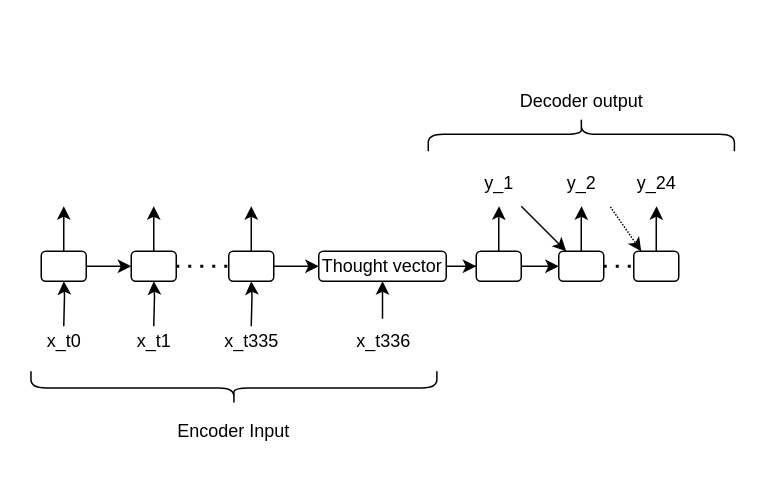
Before: page "Page-1" (1 of 2) of Unbenanntes Diagramm.drawio in LorenzKr/is3-broker-rl, a draw.io diagram. Source tidied: cells renumbered, new cells numbered last; positions are measured from the earlier drawing's top-left corner, leaving out a move shared by most shapes. Both pictures are drawn from the tidied source at 150%, with x=0, y=0 at pixel (26, -20).
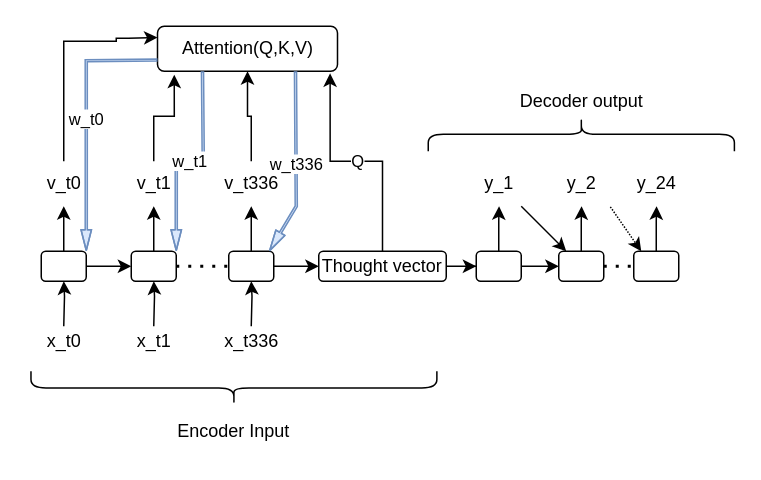
Above is the later version.

Unchanged cells that the change refers to:
```xml
<mxCell id="29" style="rounded=1;whiteSpace=wrap;html=1;" parent="1" vertex="1">
  <mxGeometry x="10" y="180" width="30" height="20" as="geometry" />
</mxCell>
<mxCell id="32" style="rounded=1;whiteSpace=wrap;html=1;" parent="1" vertex="1">
  <mxGeometry x="70" y="180" width="30" height="20" as="geometry" />
</mxCell>
<mxCell id="39" value="Thought vector" style="rounded=1;whiteSpace=wrap;html=1;" parent="1" vertex="1">
  <mxGeometry x="195" y="180" width="85" height="20" as="geometry" />
</mxCell>
```

What changed in the source:
```diff
@@
-    <mxCell id="6" value="x_t335" style="text;html=1;align=center;verticalAlign=middle;strokeColor=none;fillColor=none;" parent="1" vertex="1">
+    <mxCell id="6" value="x_t336" style="text;html=1;align=center;verticalAlign=middle;strokeColor=none;fillColor=none;" parent="1" vertex="1">
       <mxGeometry x="120" y="225" width="60" height="30" as="geometry" />
     </mxCell>
@@
+    <mxCell id="44" value="Q" style="edgeStyle=orthogonalEdgeStyle;rounded=0;jettySize=auto;html=1;entryX=0.959;entryY=1.046;entryDx=0;entryDy=0;entryPerimeter=0;" parent="1" edge="1" source="39" target="51">
+      <mxGeometry relative="1" as="geometry" />
+    </mxCell>
@@
-    <mxCell id="40" value="x_t336" style="text;html=1;align=center;verticalAlign=middle;points=[];strokeColor=none;fillColor=none;" parent="1" vertex="1">
-      <mxGeometry x="207.5" y="225" width="60" height="30" as="geometry" />
-    </mxCell>
-    <mxCell id="41" style="edgeStyle=orthogonalEdgeStyle;rounded=0;jettySize=auto;html=1;" parent="1" edge="1" source="40" target="39">
-      <mxGeometry relative="1" as="geometry" />
-    </mxCell>
@@
+    <mxCell id="45" style="edgeStyle=orthogonalEdgeStyle;rounded=0;jettySize=auto;html=1;entryX=0;entryY=0.25;entryDx=0;entryDy=0;" parent="1" edge="1" source="46" target="51">
+      <mxGeometry relative="1" as="geometry">
+        <Array as="points">
+          <mxPoint x="25" y="40" />
+          <mxPoint x="60" y="40" />
+          <mxPoint x="60" y="38" />
+          <mxPoint x="68" y="38" />
+        </Array>
+      </mxGeometry>
+    </mxCell>
+    <mxCell id="46" value="v_t0 " style="text;html=1;align=center;verticalAlign=middle;points=[];strokeColor=none;fillColor=none;" parent="1" vertex="1">
+      <mxGeometry y="120" width="50" height="30" as="geometry" />
+    </mxCell>
+    <mxCell id="47" style="edgeStyle=orthogonalEdgeStyle;rounded=0;jettySize=auto;html=1;entryX=0.093;entryY=1.078;entryDx=0;entryDy=0;entryPerimeter=0;" parent="1" edge="1" source="48" target="51">
+      <mxGeometry relative="1" as="geometry" />
+    </mxCell>
+    <mxCell id="48" value="v_t1" style="text;html=1;align=center;verticalAlign=middle;points=[];strokeColor=none;fillColor=none;" parent="1" vertex="1">
+      <mxGeometry x="60" y="120" width="50" height="30" as="geometry" />
+    </mxCell>
+    <mxCell id="49" style="edgeStyle=orthogonalEdgeStyle;rounded=0;jettySize=auto;html=1;entryX=0.5;entryY=1;entryDx=0;entryDy=0;" parent="1" edge="1" source="50" target="51">
+      <mxGeometry relative="1" as="geometry">
+        <Array as="points">
+          <mxPoint x="150" y="90" />
+          <mxPoint x="148" y="90" />
+        </Array>
+      </mxGeometry>
+    </mxCell>
+    <mxCell id="50" value="v_t336" style="text;html=1;align=center;verticalAlign=middle;points=[];strokeColor=none;fillColor=none;" parent="1" vertex="1">
+      <mxGeometry x="120" y="120" width="60" height="30" as="geometry" />
+    </mxCell>
+    <mxCell id="51" value="Attention(Q,K,V)" style="rounded=1;whiteSpace=wrap;html=1;" parent="1" vertex="1">
+      <mxGeometry x="87.5" y="30" width="120" height="30" as="geometry" />
+    </mxCell>
+    <mxCell id="52" value="w_t0" style="shape=flexArrow;endArrow=classic;html=1;rounded=0;entryX=1;entryY=0;entryDx=0;entryDy=0;exitX=0;exitY=0.75;exitDx=0;exitDy=0;endSize=4.3;startSize=1;targetPerimeterSpacing=0;fillColor=#dae8fc;strokeColor=#6c8ebf;sketch=0;shadow=0;arcSize=9;strokeWidth=1;fillStyle=solid;width=1.4285714285714286;endWidth=4.5578231292517;" parent="1" edge="1" source="51" target="29">
+      <mxGeometry relative="1" as="geometry">
+        <Array as="points">
+          <mxPoint x="40" y="53" />
+          <mxPoint x="40" y="90" />
+        </Array>
+      </mxGeometry>
+    </mxCell>
+    <mxCell id="53" value="w_t1" style="shape=flexArrow;endArrow=classic;html=1;rounded=0;entryX=1;entryY=0;entryDx=0;entryDy=0;exitX=0.25;exitY=1;exitDx=0;exitDy=0;endSize=4.3;startSize=1;targetPerimeterSpacing=0;fillColor=#dae8fc;strokeColor=#6c8ebf;sketch=0;shadow=0;arcSize=9;strokeWidth=1;fillStyle=solid;width=1.4285714285714286;endWidth=4.5578231292517;" parent="1" edge="1" source="51" target="32">
+      <mxGeometry relative="1" as="geometry">
+        <Array as="points">
+          <mxPoint x="118" y="120" />
+          <mxPoint x="100" y="120" />
+        </Array>
+      </mxGeometry>
+    </mxCell>
+    <mxCell id="54" value="w_t336" style="shape=flexArrow;endArrow=classic;html=1;rounded=0;entryX=1;entryY=0;entryDx=0;entryDy=0;exitX=0.25;exitY=1;exitDx=0;exitDy=0;endSize=4.3;startSize=1;targetPerimeterSpacing=0;fillColor=#dae8fc;strokeColor=#6c8ebf;sketch=0;shadow=0;arcSize=9;strokeWidth=1;fillStyle=solid;width=1.4285714285714286;endWidth=4.5578231292517;" parent="1" edge="1">
+      <mxGeometry relative="1" as="geometry">
+        <mxPoint x="179.5" y="60" as="sourcePoint" />
+        <mxPoint x="162" y="180" as="targetPoint" />
+        <Array as="points">
+          <mxPoint x="180" y="150" />
+        </Array>
+      </mxGeometry>
+    </mxCell>
```
